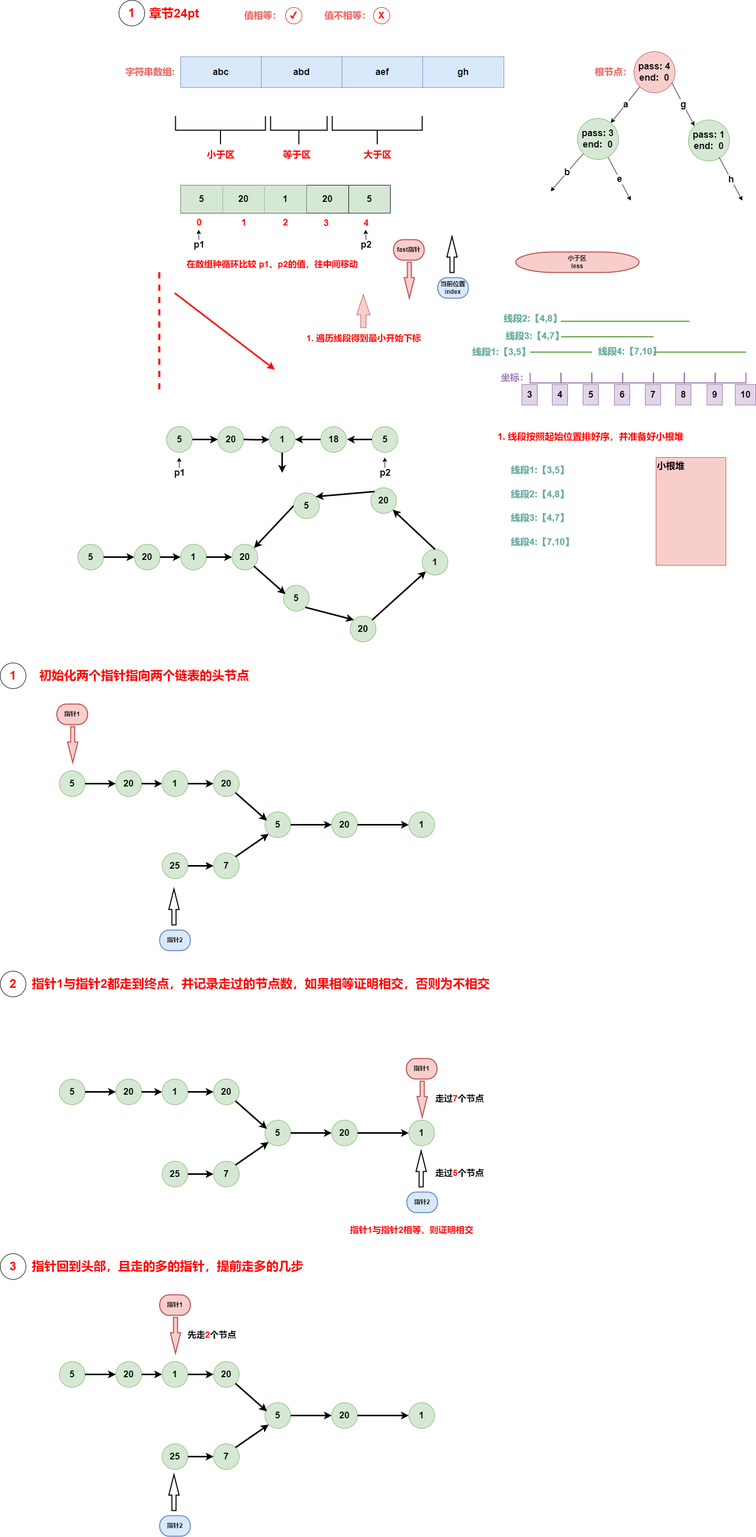
muxicode/c153080686 keeps this draw.io diagram as algrithem/style_composite.drawio.png. Above is the earlier version. Source tidied: cells renumbered, new cells last; positions are measured from the earlier drawing's top-left corner, leaving out a move shared by most shapes.
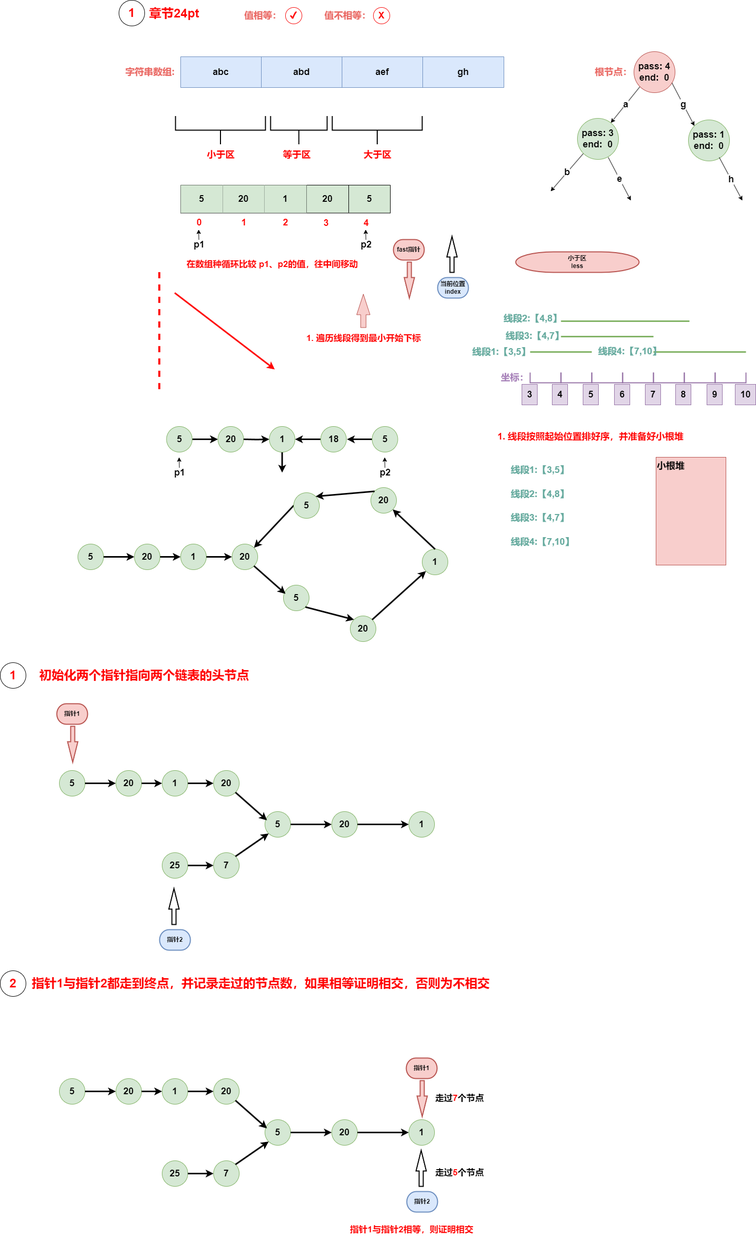
The same diagram one commit later.

The edit, as a diff of the source:
```diff
@@ -552,80 +552,5 @@
     <mxCell id="169" value="走过&lt;font color=&quot;#ff0000&quot;&gt;7&lt;/font&gt;个节点" style="text;html=1;align=left;verticalAlign=middle;strokeColor=none;fillColor=none;fontStyle=1;fontSize=17;" parent="143" vertex="1">
       <mxGeometry x="845" y="234" width="120" height="30" as="geometry" />
     </mxCell>
-    <mxCell id="170" style="group;" parent="1" vertex="1">
-      <mxGeometry y="2440" width="845" height="550" as="geometry" />
-    </mxCell>
-    <mxCell id="171" value="&lt;font size=&quot;1&quot; style=&quot;&quot;&gt;&lt;b style=&quot;font-size: 18px;&quot;&gt;5&lt;/b&gt;&lt;/font&gt;" style="ellipse;whiteSpace=wrap;html=1;fillColor=#d5e8d4;strokeColor=#82b366;fontSize=16;" parent="170" vertex="1">
-      <mxGeometry x="115" y="210" width="50" height="50" as="geometry" />
-    </mxCell>
-    <mxCell id="172" value="&lt;font size=&quot;1&quot; style=&quot;&quot;&gt;&lt;b style=&quot;font-size: 18px;&quot;&gt;20&lt;/b&gt;&lt;/font&gt;" style="ellipse;whiteSpace=wrap;html=1;fillColor=#d5e8d4;strokeColor=#82b366;fontSize=16;" parent="170" vertex="1">
-      <mxGeometry x="225" y="210" width="50" height="50" as="geometry" />
-    </mxCell>
-    <mxCell id="173" style="rounded=0;jettySize=auto;html=1;exitX=1;exitY=0.5;exitDx=0;exitDy=0;entryX=0;entryY=0.5;entryDx=0;entryDy=0;strokeWidth=3;" parent="170" edge="1" source="171" target="172">
-      <mxGeometry relative="1" as="geometry" />
-    </mxCell>
-    <mxCell id="174" value="&lt;font size=&quot;1&quot; style=&quot;&quot;&gt;&lt;b style=&quot;font-size: 18px;&quot;&gt;1&lt;/b&gt;&lt;/font&gt;" style="ellipse;whiteSpace=wrap;html=1;fillColor=#d5e8d4;strokeColor=#82b366;fontSize=16;" parent="170" vertex="1">
-      <mxGeometry x="315" y="210" width="50" height="50" as="geometry" />
-    </mxCell>
-    <mxCell id="175" style="rounded=0;jettySize=auto;html=1;exitX=1;exitY=0.5;exitDx=0;exitDy=0;entryX=0;entryY=0.5;entryDx=0;entryDy=0;strokeWidth=3;" parent="170" edge="1" source="172" target="174">
-      <mxGeometry relative="1" as="geometry" />
-    </mxCell>
-    <mxCell id="176" value="&lt;font size=&quot;1&quot; style=&quot;&quot;&gt;&lt;b style=&quot;font-size: 18px;&quot;&gt;20&lt;/b&gt;&lt;/font&gt;" style="ellipse;whiteSpace=wrap;html=1;fillColor=#d5e8d4;strokeColor=#82b366;fontSize=16;" parent="170" vertex="1">
-      <mxGeometry x="415" y="210" width="50" height="50" as="geometry" />
-    </mxCell>
-    <mxCell id="177" style="rounded=0;jettySize=auto;html=1;exitX=1;exitY=0.5;exitDx=0;exitDy=0;strokeWidth=3;" parent="170" edge="1" source="174" target="176">
-      <mxGeometry relative="1" as="geometry" />
-    </mxCell>
-    <mxCell id="178" value="&lt;font size=&quot;1&quot; style=&quot;&quot;&gt;&lt;b style=&quot;font-size: 18px;&quot;&gt;5&lt;/b&gt;&lt;/font&gt;" style="ellipse;whiteSpace=wrap;html=1;fillColor=#d5e8d4;strokeColor=#82b366;fontSize=16;" parent="170" vertex="1">
-      <mxGeometry x="515" y="290" width="50" height="50" as="geometry" />
-    </mxCell>
-    <mxCell id="179" value="&lt;font size=&quot;1&quot; style=&quot;&quot;&gt;&lt;b style=&quot;font-size: 18px;&quot;&gt;20&lt;/b&gt;&lt;/font&gt;" style="ellipse;whiteSpace=wrap;html=1;fillColor=#d5e8d4;strokeColor=#82b366;fontSize=16;" parent="170" vertex="1">
-      <mxGeometry x="645" y="290" width="50" height="50" as="geometry" />
-    </mxCell>
-    <mxCell id="180" style="rounded=0;jettySize=auto;html=1;exitX=1;exitY=0.5;exitDx=0;exitDy=0;entryX=0;entryY=0.5;entryDx=0;entryDy=0;strokeWidth=3;" parent="170" edge="1" source="178" target="179">
-      <mxGeometry relative="1" as="geometry" />
-    </mxCell>
-    <mxCell id="181" value="&lt;font size=&quot;1&quot; style=&quot;&quot;&gt;&lt;b style=&quot;font-size: 18px;&quot;&gt;1&lt;/b&gt;&lt;/font&gt;" style="ellipse;whiteSpace=wrap;html=1;fillColor=#d5e8d4;strokeColor=#82b366;fontSize=16;" parent="170" vertex="1">
-      <mxGeometry x="795" y="290" width="50" height="50" as="geometry" />
-    </mxCell>
-    <mxCell id="182" style="rounded=0;jettySize=auto;html=1;exitX=1;exitY=0.5;exitDx=0;exitDy=0;entryX=0;entryY=0.5;entryDx=0;entryDy=0;strokeWidth=3;" parent="170" edge="1" source="179" target="181">
-      <mxGeometry relative="1" as="geometry" />
-    </mxCell>
-    <mxCell id="183" style="rounded=0;jettySize=auto;html=1;exitX=1;exitY=1;exitDx=0;exitDy=0;entryX=0.08;entryY=0.34;entryDx=0;entryDy=0;entryPerimeter=0;strokeWidth=3;" parent="170" edge="1" source="176" target="178">
-      <mxGeometry relative="1" as="geometry" />
-    </mxCell>
-    <mxCell id="184" value="&lt;font size=&quot;1&quot; style=&quot;&quot;&gt;&lt;b style=&quot;font-size: 18px;&quot;&gt;25&lt;/b&gt;&lt;/font&gt;" style="ellipse;whiteSpace=wrap;html=1;fillColor=#d5e8d4;strokeColor=#82b366;fontSize=16;" parent="170" vertex="1">
-      <mxGeometry x="315" y="370" width="50" height="50" as="geometry" />
-    </mxCell>
-    <mxCell id="185" value="&lt;span style=&quot;font-size: 18px;&quot;&gt;&lt;b&gt;7&lt;/b&gt;&lt;/span&gt;" style="ellipse;whiteSpace=wrap;html=1;fillColor=#d5e8d4;strokeColor=#82b366;fontSize=16;" parent="170" vertex="1">
-      <mxGeometry x="415" y="370" width="50" height="50" as="geometry" />
-    </mxCell>
-    <mxCell id="186" style="rounded=0;jettySize=auto;html=1;exitX=1;exitY=0.5;exitDx=0;exitDy=0;strokeWidth=3;" parent="170" edge="1" source="184" target="185">
-      <mxGeometry relative="1" as="geometry" />
-    </mxCell>
-    <mxCell id="187" style="rounded=0;jettySize=auto;html=1;exitX=1;exitY=0;exitDx=0;exitDy=0;entryX=0;entryY=1;entryDx=0;entryDy=0;strokeWidth=3;" parent="170" edge="1" source="185" target="178">
-      <mxGeometry relative="1" as="geometry" />
-    </mxCell>
-    <mxCell id="188" value="&lt;b&gt;指针2&lt;/b&gt;" style="strokeWidth=2;html=1;shape=mxgraph.flowchart.terminator;whiteSpace=wrap;fillColor=#dae8fc;strokeColor=#6c8ebf;fontStyle=0;" parent="170" vertex="1">
-      <mxGeometry x="310" y="510" width="60" height="40" as="geometry" />
-    </mxCell>
-    <mxCell id="189" style="verticalLabelPosition=bottom;verticalAlign=top;html=1;strokeWidth=2;shape=mxgraph.arrows2.arrow;dy=0.6;dx=40;notch=0;direction=north;fontStyle=0;" parent="170" vertex="1">
-      <mxGeometry x="328" y="430" width="20" height="70" as="geometry" />
-    </mxCell>
-    <mxCell id="190" value="指针1" style="strokeWidth=2;html=1;shape=mxgraph.flowchart.terminator;whiteSpace=wrap;fillColor=#f8cecc;strokeColor=#b85450;fontStyle=1;" parent="170" vertex="1">
-      <mxGeometry x="310" y="80" width="60" height="40" as="geometry" />
-    </mxCell>
-    <mxCell id="191" style="verticalLabelPosition=bottom;verticalAlign=top;html=1;strokeWidth=2;shape=mxgraph.arrows2.arrow;dy=0.6;dx=40;notch=0;direction=south;fillColor=#f8cecc;strokeColor=#b85450;" parent="170" vertex="1">
-      <mxGeometry x="331" y="124" width="20" height="70" as="geometry" />
-    </mxCell>
-    <mxCell id="192" value="&lt;font color=&quot;#ff0000&quot; style=&quot;font-size: 24px;&quot;&gt;3&lt;/font&gt;" style="ellipse;whiteSpace=wrap;html=1;fontStyle=1;" parent="170" vertex="1">
-      <mxGeometry width="50" height="50" as="geometry" />
-    </mxCell>
-    <mxCell id="193" value="&lt;font color=&quot;#ff0000&quot;&gt;&lt;span style=&quot;font-size: 24px;&quot;&gt;指针回到头部，且走的多的指针，提前走多的几步&lt;/span&gt;&lt;/font&gt;" style="text;html=1;align=left;verticalAlign=middle;strokeColor=none;fillColor=none;fontStyle=1;fontSize=16;" parent="170" vertex="1">
-      <mxGeometry x="60" y="5" width="550" height="40" as="geometry" />
-    </mxCell>
-    <mxCell id="194" value="先走&lt;font color=&quot;#ff0000&quot;&gt;2&lt;/font&gt;个节点" style="text;html=1;align=left;verticalAlign=middle;strokeColor=none;fillColor=none;fontStyle=1;fontSize=17;" parent="170" vertex="1">
-      <mxGeometry x="362.5" y="144" width="120" height="30" as="geometry" />
-    </mxCell>
   </root>
 </mxGraphModel>
```
